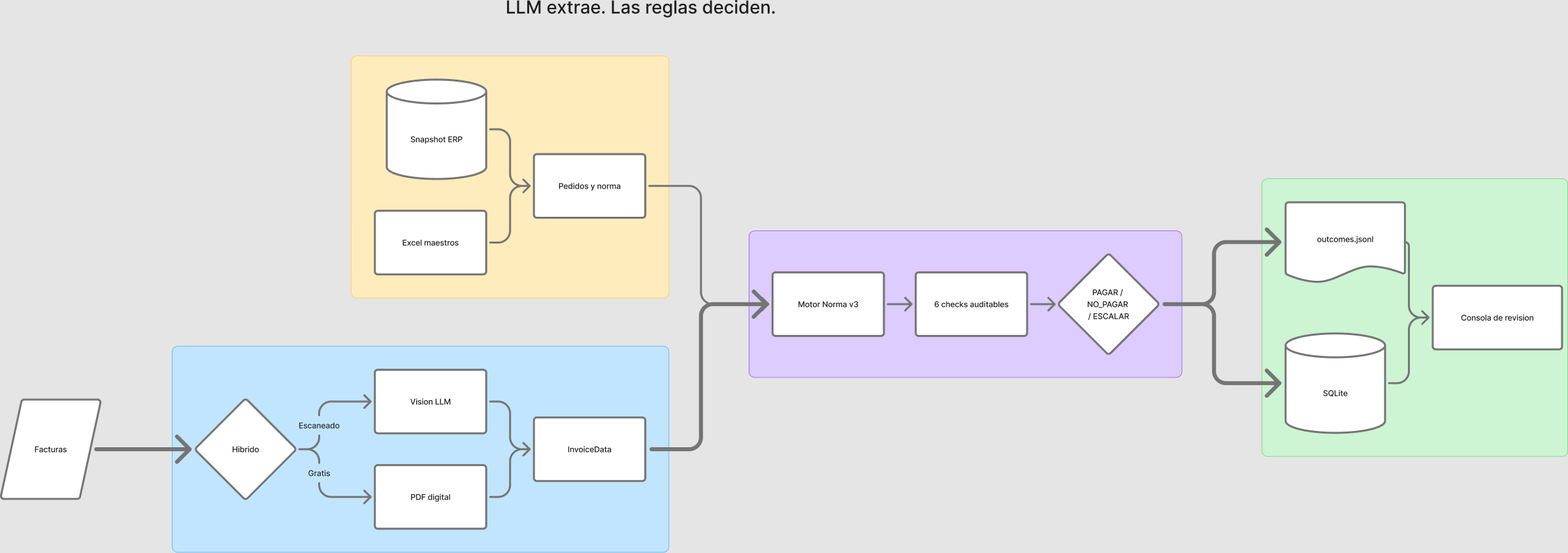
Earlier version of the Mermaid export docs/pipeline_etapas_simple.png (christophrrrrr/Maisa-HackMadrid). Its source is kept beside it as docs/pipeline_etapas_simple.mmd. The source it was exported from:
```mermaid
flowchart LR
    invoices[/"Facturas"/]

    subgraph extract ["1. Extraccion"]
        direction TB
        hybrid{"Hibrido"}
        digital["PDF digital"]
        vision["Vision LLM"]
        invoice["InvoiceData"]
        hybrid -->|"Gratis"| digital
        hybrid -->|"Escaneado"| vision
        digital --> invoice
        vision --> invoice
    end

    subgraph refs ["Datos de referencia"]
        direction TB
        excel["Excel maestros"]
        erp[("Snapshot ERP")]
        biz["Pedidos y norma"]
        excel --> biz
        erp --> biz
    end

    subgraph decide ["2. Decision"]
        direction TB
        rules["Motor Norma v3"]
        checks["6 checks auditables"]
        result{"PAGAR / NO_PAGAR / ESCALAR"}
        rules --> checks
        checks --> result
    end

    subgraph emit ["3. Entregable"]
        direction TB
        state[("SQLite")]
        jsonl[/"outcomes.jsonl"/]
        ui["Consola de revision"]
        state --> ui
        jsonl --> ui
    end

    invoices ==> hybrid
    invoice ==> rules
    biz --> rules
    result ==> state
    result ==> jsonl

    style extract fill:#C2E5FF,stroke:#3DADFF
    style refs fill:#FFECBD,stroke:#FFC943
    style decide fill:#DCCCFF,stroke:#874FFF
    style emit fill:#CDF4D3,stroke:#66D575
```
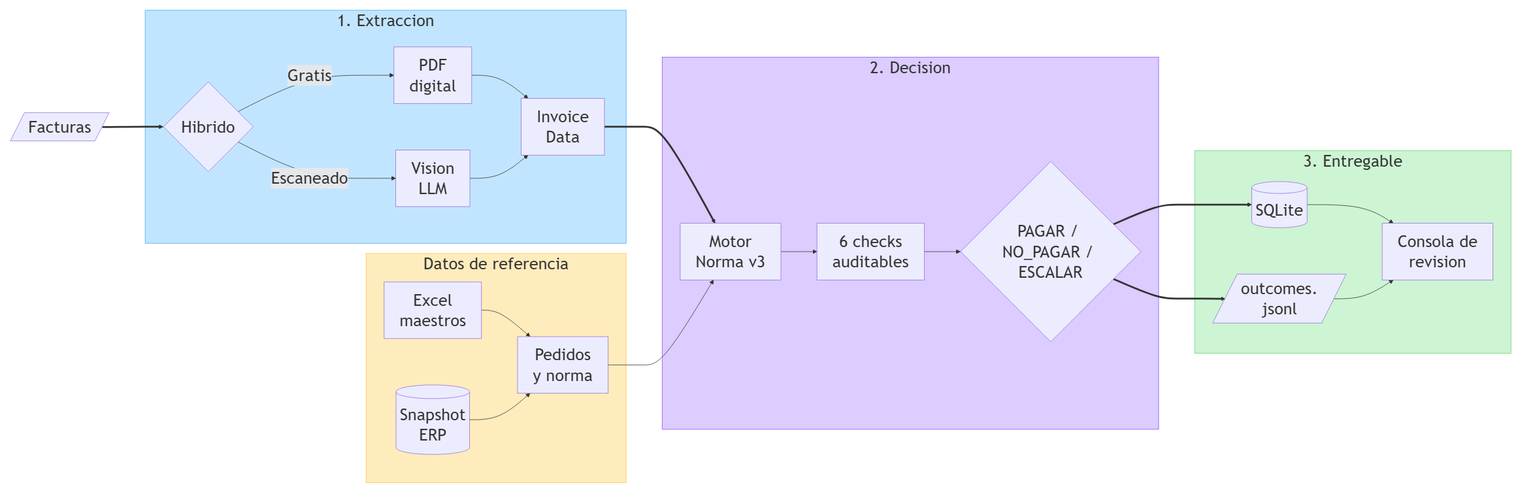
The same file after the commit.

The edit, as a diff of the source:
```diff
@@ -1,12 +1,17 @@
+%%{init: {
+    "flowchart": {"nodeSpacing": 90, "rankSpacing": 70, "diagramPadding": 20},
+    "themeVariables": {"fontSize": "32px"},
+    "themeCSS": ".nodeLabel p, .edgeLabel p { font-size: 32px !important; line-height: 1.25; } .cluster-label span { font-size: 30px !important; }"
+}}%%
 flowchart LR
     invoices[/"Facturas"/]
 
     subgraph extract ["1. Extraccion"]
         direction TB
         hybrid{"Hibrido"}
-        digital["PDF digital"]
-        vision["Vision LLM"]
-        invoice["InvoiceData"]
+        digital["PDF<br/>digital"]
+        vision["Vision<br/>LLM"]
+        invoice["Invoice<br/>Data"]
         hybrid -->|"Gratis"| digital
         hybrid -->|"Escaneado"| vision
         digital --> invoice
@@ -15,17 +20,17 @@
 
     subgraph refs ["Datos de referencia"]
         direction TB
-        excel["Excel maestros"]
-        erp[("Snapshot ERP")]
-        biz["Pedidos y norma"]
+        excel["Excel<br/>maestros"]
+        erp[("Snapshot<br/>ERP")]
+        biz["Pedidos<br/>y norma"]
         excel --> biz
         erp --> biz
     end
 
     subgraph decide ["2. Decision"]
         direction TB
-        rules["Motor Norma v3"]
-        checks["6 checks auditables"]
+        rules["Motor<br/>Norma v3"]
+        checks["6 checks<br/>auditables"]
         result{"PAGAR / NO_PAGAR / ESCALAR"}
         rules --> checks
         checks --> result
@@ -34,8 +39,8 @@
     subgraph emit ["3. Entregable"]
         direction TB
         state[("SQLite")]
-        jsonl[/"outcomes.jsonl"/]
-        ui["Consola de revision"]
+        jsonl[/"outcomes.<br/>jsonl"/]
+        ui["Consola de<br/>revision"]
         state --> ui
         jsonl --> ui
     end
```
